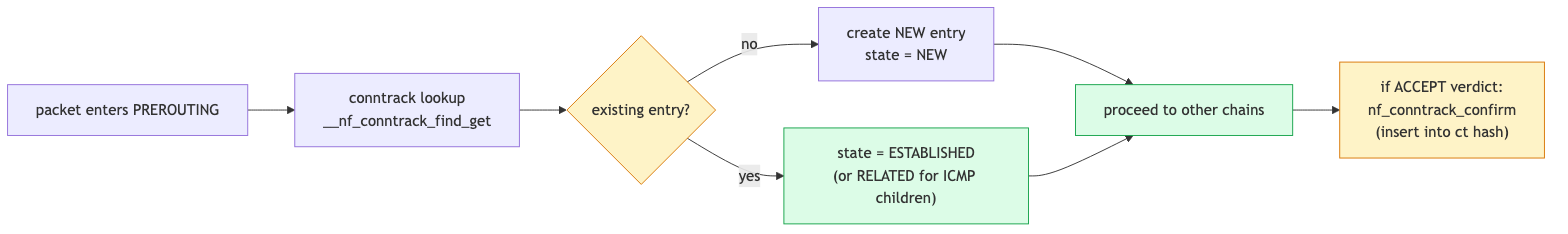
Above: linux-net/src/diagrams/day22_conntrack.png in biefy/books (Mermaid), before the change. Its source is kept beside it as linux-net/src/diagrams/src/day22_conntrack.mmd.
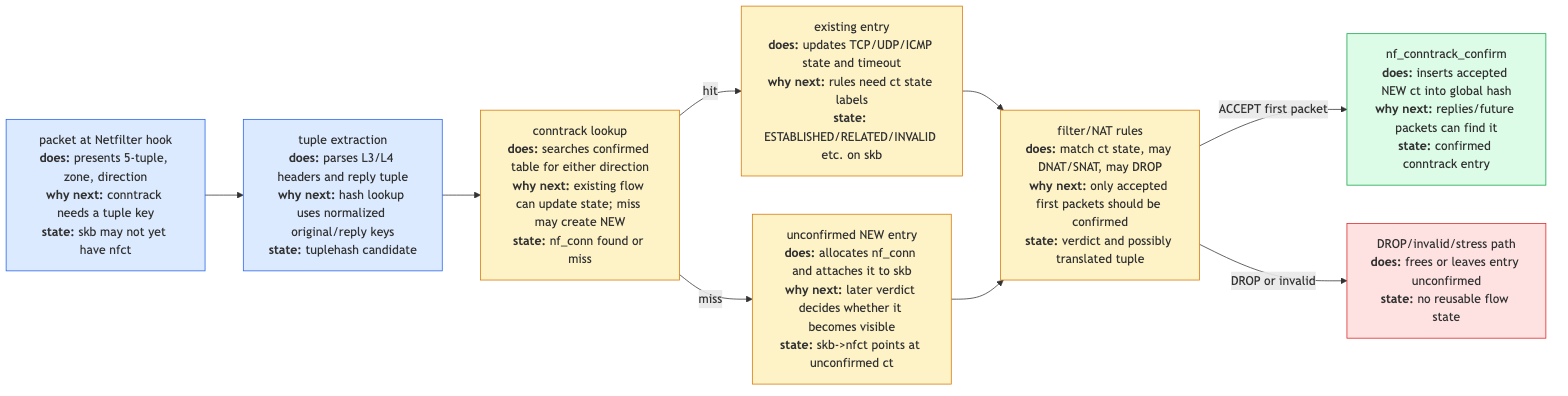
The same diagram one commit later.

What changed in the source:
```diff
@@ -1,18 +1,24 @@
 flowchart LR
-    Pkt["packet enters PREROUTING"]
-    Find["conntrack lookup<br/>__nf_conntrack_find_get"]
-    State{"existing entry?"}
-    NewEntry["create NEW entry<br/>state = NEW"]
-    Established["state = ESTABLISHED<br/>(or RELATED for ICMP children)"]
-    Confirm["if ACCEPT verdict:<br/>nf_conntrack_confirm<br/>(insert into ct hash)"]
-    Pass["proceed to other chains"]
+    Pkt["packet at Netfilter hook<br/><b>does:</b> presents 5-tuple, zone, direction<br/><b>why next:</b> conntrack needs a tuple key<br/><b>state:</b> skb may not yet have nfct"]
+    Tuple["tuple extraction<br/><b>does:</b> parses L3/L4 headers and reply tuple<br/><b>why next:</b> hash lookup uses normalized original/reply keys<br/><b>state:</b> tuplehash candidate"]
+    Lookup["conntrack lookup<br/><b>does:</b> searches confirmed table for either direction<br/><b>why next:</b> existing flow can update state; miss may create NEW<br/><b>state:</b> nf_conn found or miss"]
+    Existing["existing entry<br/><b>does:</b> updates TCP/UDP/ICMP state and timeout<br/><b>why next:</b> rules need ct state labels<br/><b>state:</b> ESTABLISHED/RELATED/INVALID etc. on skb"]
+    New["unconfirmed NEW entry<br/><b>does:</b> allocates nf_conn and attaches it to skb<br/><b>why next:</b> later verdict decides whether it becomes visible<br/><b>state:</b> skb->nfct points at unconfirmed ct"]
+    Rules["filter/NAT rules<br/><b>does:</b> match ct state, may DNAT/SNAT, may DROP<br/><b>why next:</b> only accepted first packets should be confirmed<br/><b>state:</b> verdict and possibly translated tuple"]
+    Confirm["nf_conntrack_confirm<br/><b>does:</b> inserts accepted NEW ct into global hash<br/><b>why next:</b> replies/future packets can find it<br/><b>state:</b> confirmed conntrack entry"]
+    Drop["DROP/invalid/stress path<br/><b>does:</b> frees or leaves entry unconfirmed<br/><b>state:</b> no reusable flow state"]
 
-    Pkt --> Find --> State
-    State -->|no| NewEntry --> Pass
-    State -->|yes| Established --> Pass
-    Pass --> Confirm
+    Pkt --> Tuple --> Lookup
+    Lookup -->|hit| Existing --> Rules
+    Lookup -->|miss| New --> Rules
+    Rules -->|ACCEPT first packet| Confirm
+    Rules -->|DROP or invalid| Drop
 
-    classDef hot fill:#fef3c7,stroke:#d97706
-    classDef ok fill:#dcfce7,stroke:#16a34a
-    class State,Confirm hot
-    class Pass,Established ok
+    classDef parse fill:#dbeafe,stroke:#2563eb
+    classDef ct fill:#fef3c7,stroke:#d97706
+    classDef out fill:#dcfce7,stroke:#16a34a
+    classDef bad fill:#fee2e2,stroke:#dc2626
+    class Pkt,Tuple parse
+    class Lookup,Existing,New,Rules ct
+    class Confirm out
+    class Drop bad
```
